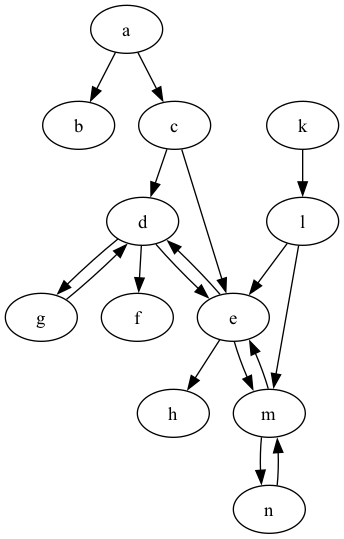
Above: lib/graphs/wm_graph.png in idaks/Games-and-Argumentation (Graphviz), before the change. Its source is kept beside it as lib/graphs/wm_graph.dot.
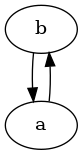
After the commit.

The edit, as a diff of the source:
```diff
@@ -1,19 +1,4 @@
 digraph G {
-    "a" -> "c"[dir=forward];
+    "b" -> "a"[dir=forward];
     "a" -> "b"[dir=forward];
-    "k" -> "l"[dir=forward];
-    "c" -> "d"[dir=forward];
-    "c" -> "e"[dir=forward];
-    "l" -> "e"[dir=forward];
-    "l" -> "m"[dir=forward];
-    "d" -> "e"[dir=forward];
-    "e" -> "d"[dir=forward];
-    "e" -> "m"[dir=forward];
-    "m" -> "e"[dir=forward];
-    "d" -> "f"[dir=forward];
-    "d" -> "g"[dir=forward];
-    "g" -> "d"[dir=forward];
-    "e" -> "h"[dir=forward];
-    "m" -> "n"[dir=forward];
-    "n" -> "m"[dir=forward];
 }
```
